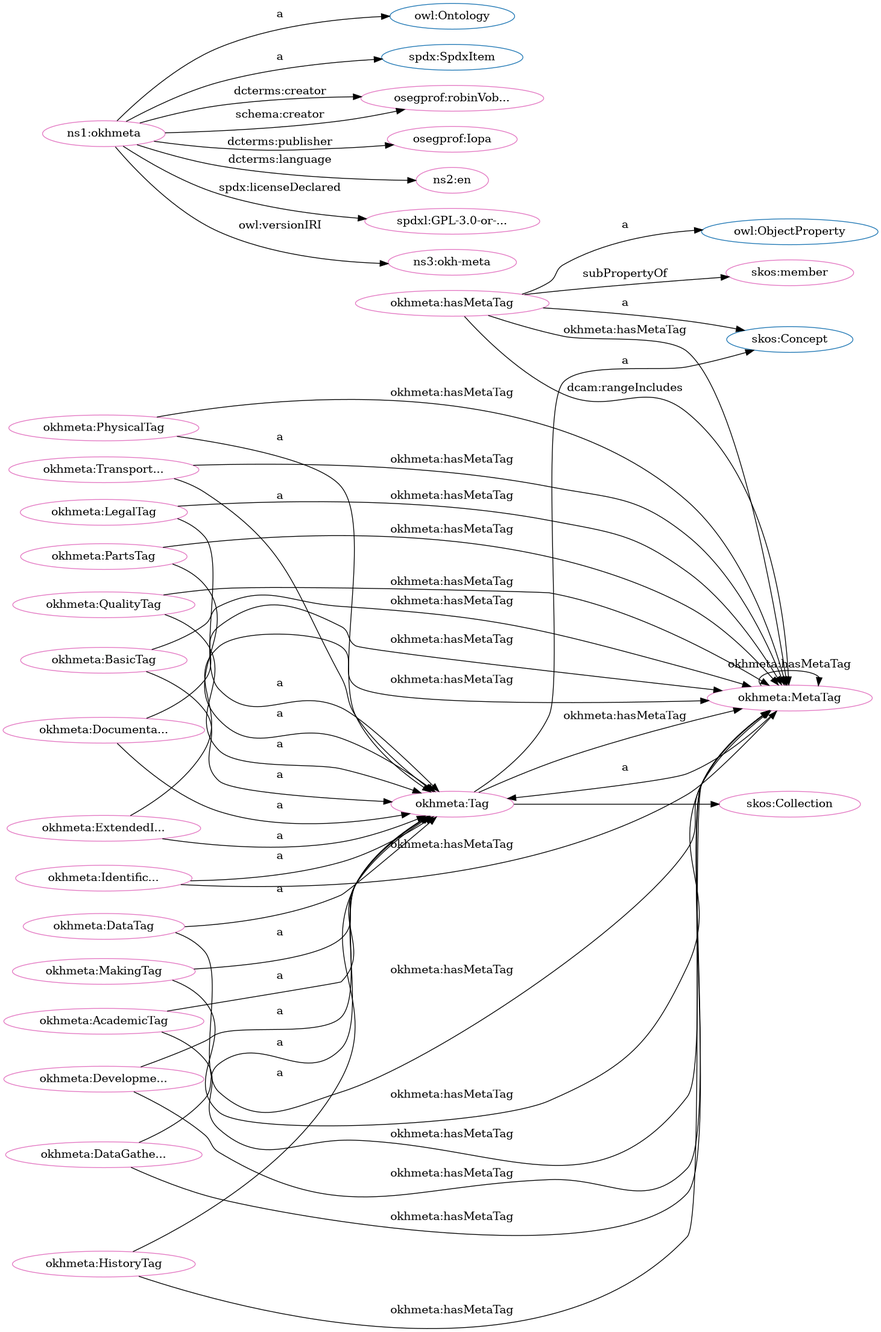
Earlier version of the Graphviz export src/spec/dot_okh-meta.png (iop-alliance/OpenKnowHow). Its source is kept beside it as src/spec/dot_okh-meta.dot.
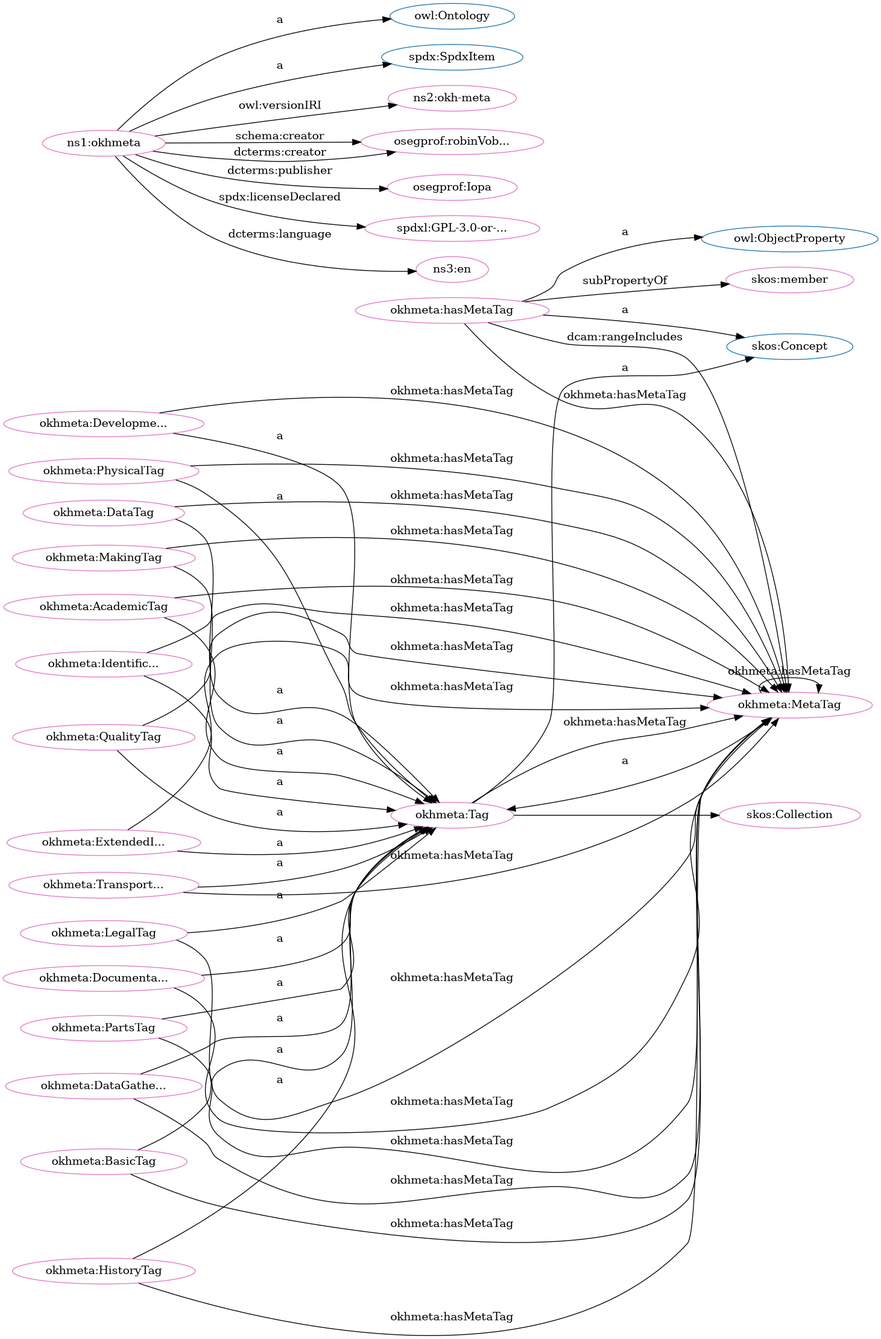
Later version of the same file.

The edit, as a diff of the source:
```diff
@@ -1,84 +1,84 @@
 digraph G {
   rankdir=BT
   node[height=.3]
+"http://w3id.org/oseg/ont/okhmeta#Tag" [fillcolor="#1f77b4" color="#1f77b4" label="okhmeta:Tag"]
+"http://www.w3.org/2002/07/owl#Ontology" [fillcolor="#1f77b4" color="#1f77b4" label="owl:Ontology"]
 "http://www.w3.org/2004/02/skos/core#Collection" [fillcolor="#1f77b4" color="#1f77b4" label="skos:Collection"]
+"http://www.w3.org/2004/02/skos/core#Concept" [fillcolor="#1f77b4" color="#1f77b4" label="skos:Concept"]
 "http://www.w3.org/2002/07/owl#ObjectProperty" [fillcolor="#1f77b4" color="#1f77b4" label="owl:ObjectProperty"]
-"http://www.w3.org/2002/07/owl#Ontology" [fillcolor="#1f77b4" color="#1f77b4" label="owl:Ontology"]
-"http://www.w3.org/2004/02/skos/core#Concept" [fillcolor="#1f77b4" color="#1f77b4" label="skos:Concept"]
-"http://w3id.org/oseg/ont/okhmeta#Tag" [fillcolor="#1f77b4" color="#1f77b4" label="okhmeta:Tag"]
 "http://spdx.org/rdf/terms#SpdxItem" [fillcolor="#1f77b4" color="#1f77b4" label="spdx:SpdxItem"]
 "http://w3id.org/oseg/ont/okhmeta#MetaTag" [fillcolor="#e377c2" color="#e377c2" label="okhmeta:MetaTag"]
+"http://w3id.org/oseg/ont/okhmeta" [fillcolor="#e377c2" color="#e377c2" label="ns1:okhmeta"]
+"http://w3id.org/oseg/ont/okhmeta#AcademicTag" [fillcolor="#e377c2" color="#e377c2" label="okhmeta:AcademicTag"]
+"http://w3id.org/oseg/ont/okhmeta#DataGatheringTag" [fillcolor="#e377c2" color="#e377c2" label="okhmeta:DataGathe..."]
+"http://w3id.org/oseg/ont/okhmeta#DevelopmentTag" [fillcolor="#e377c2" color="#e377c2" label="okhmeta:Developme..."]
+"http://www.w3.org/2004/02/skos/core#member" [fillcolor="#e377c2" color="#e377c2" label="skos:member"]
+"http://w3id.org/oseg/ont/okhmeta#LegalTag" [fillcolor="#e377c2" color="#e377c2" label="okhmeta:LegalTag"]
+"http://w3id.org/oseg/ont/okhmeta#PartsTag" [fillcolor="#e377c2" color="#e377c2" label="okhmeta:PartsTag"]
+"http://w3id.org/oseg/ont/okhmeta#PhysicalTag" [fillcolor="#e377c2" color="#e377c2" label="okhmeta:PhysicalTag"]
+"http://w3id.org/oseg/ont/1.1.0/okh-meta" [fillcolor="#e377c2" color="#e377c2" label="ns2:okh-meta"]
+"http://w3id.org/oseg/ont/oseg-profiles#robinVobruba" [fillcolor="#e377c2" color="#e377c2" label="osegprof:robinVob..."]
+"http://w3id.org/oseg/ont/oseg-profiles#Iopa" [fillcolor="#e377c2" color="#e377c2" label="osegprof:Iopa"]
+"http://w3id.org/oseg/ont/okhmeta#DataTag" [fillcolor="#e377c2" color="#e377c2" label="okhmeta:DataTag"]
+"http://w3id.org/oseg/ont/okhmeta#TransportationTag" [fillcolor="#e377c2" color="#e377c2" label="okhmeta:Transport..."]
+"http://w3id.org/oseg/ont/okhmeta#HistoryTag" [fillcolor="#e377c2" color="#e377c2" label="okhmeta:HistoryTag"]
+"http://www.w3.org/2004/02/skos/core#Collection" [fillcolor="#e377c2" color="#e377c2" label="skos:Collection"]
 "http://w3id.org/oseg/ont/okhmeta#QualityTag" [fillcolor="#e377c2" color="#e377c2" label="okhmeta:QualityTag"]
+"http://spdx.org/licenses/GPL-3.0-or-later" [fillcolor="#e377c2" color="#e377c2" label="spdxl:GPL-3.0-or-..."]
+"http://w3id.org/oseg/ont/okhmeta#BasicTag" [fillcolor="#e377c2" color="#e377c2" label="okhmeta:BasicTag"]
+"http://w3id.org/oseg/ont/okhmeta#ExtendedInfoTag" [fillcolor="#e377c2" color="#e377c2" label="okhmeta:ExtendedI..."]
+"http://w3id.org/oseg/ont/okhmeta#DocumentationTag" [fillcolor="#e377c2" color="#e377c2" label="okhmeta:Documenta..."]
+"http://w3id.org/oseg/ont/okhmeta#IdentificationTag" [fillcolor="#e377c2" color="#e377c2" label="okhmeta:Identific..."]
+"http://id.loc.gov/vocabulary/iso639-1/en" [fillcolor="#e377c2" color="#e377c2" label="ns3:en"]
+"http://w3id.org/oseg/ont/okhmeta#MakingTag" [fillcolor="#e377c2" color="#e377c2" label="okhmeta:MakingTag"]
 "http://w3id.org/oseg/ont/okhmeta#hasMetaTag" [fillcolor="#e377c2" color="#e377c2" label="okhmeta:hasMetaTag"]
-"http://w3id.org/oseg/ont/okhmeta#DevelopmentTag" [fillcolor="#e377c2" color="#e377c2" label="okhmeta:Developme..."]
-"http://w3id.org/oseg/ont/oseg-profiles#robinVobruba" [fillcolor="#e377c2" color="#e377c2" label="osegprof:robinVob..."]
-"http://w3id.org/oseg/ont/okhmeta#PhysicalTag" [fillcolor="#e377c2" color="#e377c2" label="okhmeta:PhysicalTag"]
-"http://w3id.org/oseg/ont/okhmeta" [fillcolor="#e377c2" color="#e377c2" label="ns1:okhmeta"]
-"http://w3id.org/oseg/ont/okhmeta#DataTag" [fillcolor="#e377c2" color="#e377c2" label="okhmeta:DataTag"]
-"http://w3id.org/oseg/ont/okhmeta#AcademicTag" [fillcolor="#e377c2" color="#e377c2" label="okhmeta:AcademicTag"]
-"http://w3id.org/oseg/ont/okhmeta#TransportationTag" [fillcolor="#e377c2" color="#e377c2" label="okhmeta:Transport..."]
-"http://w3id.org/oseg/ont/okhmeta#LegalTag" [fillcolor="#e377c2" color="#e377c2" label="okhmeta:LegalTag"]
-"http://w3id.org/oseg/ont/okhmeta#IdentificationTag" [fillcolor="#e377c2" color="#e377c2" label="okhmeta:Identific..."]
-"http://w3id.org/oseg/ont/okhmeta#HistoryTag" [fillcolor="#e377c2" color="#e377c2" label="okhmeta:HistoryTag"]
-"http://w3id.org/oseg/ont/oseg-profiles#Iopa" [fillcolor="#e377c2" color="#e377c2" label="osegprof:Iopa"]
-"http://id.loc.gov/vocabulary/iso639-1/en" [fillcolor="#e377c2" color="#e377c2" label="ns2:en"]
-"http://www.w3.org/2004/02/skos/core#Collection" [fillcolor="#e377c2" color="#e377c2" label="skos:Collection"]
-"http://w3id.org/oseg/ont/okhmeta#DocumentationTag" [fillcolor="#e377c2" color="#e377c2" label="okhmeta:Documenta..."]
-"http://w3id.org/oseg/ont/okhmeta#DataGatheringTag" [fillcolor="#e377c2" color="#e377c2" label="okhmeta:DataGathe..."]
-"http://w3id.org/oseg/ont/okhmeta#ExtendedInfoTag" [fillcolor="#e377c2" color="#e377c2" label="okhmeta:ExtendedI..."]
-"http://spdx.org/licenses/GPL-3.0-or-later" [fillcolor="#e377c2" color="#e377c2" label="spdxl:GPL-3.0-or-..."]
 "http://w3id.org/oseg/ont/okhmeta#Tag" [fillcolor="#e377c2" color="#e377c2" label="okhmeta:Tag"]
-"http://w3id.org/oseg/ont/1.1.0/okh-meta" [fillcolor="#e377c2" color="#e377c2" label="ns3:okh-meta"]
-"http://www.w3.org/2004/02/skos/core#member" [fillcolor="#e377c2" color="#e377c2" label="skos:member"]
-"http://w3id.org/oseg/ont/okhmeta#MakingTag" [fillcolor="#e377c2" color="#e377c2" label="okhmeta:MakingTag"]
-"http://w3id.org/oseg/ont/okhmeta#BasicTag" [fillcolor="#e377c2" color="#e377c2" label="okhmeta:BasicTag"]
-"http://w3id.org/oseg/ont/okhmeta#PartsTag" [fillcolor="#e377c2" color="#e377c2" label="okhmeta:PartsTag"]
+  "http://w3id.org/oseg/ont/okhmeta#hasMetaTag" -> "http://w3id.org/oseg/ont/okhmeta#MetaTag" [label="dcam:rangeIncludes"]
+  "http://w3id.org/oseg/ont/okhmeta#DevelopmentTag" -> "http://w3id.org/oseg/ont/okhmeta#Tag" [label="a"]
+  "http://w3id.org/oseg/ont/okhmeta#PartsTag" -> "http://w3id.org/oseg/ont/okhmeta#Tag" [label="a"]
+  "http://w3id.org/oseg/ont/okhmeta#QualityTag" -> "http://w3id.org/oseg/ont/okhmeta#MetaTag" [label="okhmeta:hasMetaTag"]
+  "http://w3id.org/oseg/ont/okhmeta#MetaTag" -> "http://w3id.org/oseg/ont/okhmeta#MetaTag" [label="okhmeta:hasMetaTag"]
+  "http://w3id.org/oseg/ont/okhmeta#ExtendedInfoTag" -> "http://w3id.org/oseg/ont/okhmeta#MetaTag" [label="okhmeta:hasMetaTag"]
+  "http://w3id.org/oseg/ont/okhmeta" -> "http://w3id.org/oseg/ont/oseg-profiles#Iopa" [label="dcterms:publisher"]
+  "http://w3id.org/oseg/ont/okhmeta#Tag" -> "http://www.w3.org/2004/02/skos/core#Collection" [label=""]
+  "http://w3id.org/oseg/ont/okhmeta#QualityTag" -> "http://w3id.org/oseg/ont/okhmeta#Tag" [label="a"]
+  "http://w3id.org/oseg/ont/okhmeta#MetaTag" -> "http://w3id.org/oseg/ont/okhmeta#Tag" [label="a"]
+  "http://w3id.org/oseg/ont/okhmeta#IdentificationTag" -> "http://w3id.org/oseg/ont/okhmeta#MetaTag" [label="okhmeta:hasMetaTag"]
+  "http://w3id.org/oseg/ont/okhmeta#ExtendedInfoTag" -> "http://w3id.org/oseg/ont/okhmeta#Tag" [label="a"]
+  "http://w3id.org/oseg/ont/okhmeta#IdentificationTag" -> "http://w3id.org/oseg/ont/okhmeta#Tag" [label="a"]
+  "http://w3id.org/oseg/ont/okhmeta#DataTag" -> "http://w3id.org/oseg/ont/okhmeta#MetaTag" [label="okhmeta:hasMetaTag"]
+  "http://w3id.org/oseg/ont/okhmeta" -> "http://spdx.org/rdf/terms#SpdxItem" [label="a"]
+  "http://w3id.org/oseg/ont/okhmeta#TransportationTag" -> "http://w3id.org/oseg/ont/okhmeta#MetaTag" [label="okhmeta:hasMetaTag"]
+  "http://w3id.org/oseg/ont/okhmeta#hasMetaTag" -> "http://w3id.org/oseg/ont/okhmeta#MetaTag" [label="okhmeta:hasMetaTag"]
+  "http://w3id.org/oseg/ont/okhmeta#hasMetaTag" -> "http://www.w3.org/2002/07/owl#ObjectProperty" [label="a"]
+  "http://w3id.org/oseg/ont/okhmeta#DataGatheringTag" -> "http://w3id.org/oseg/ont/okhmeta#MetaTag" [label="okhmeta:hasMetaTag"]
+  "http://w3id.org/oseg/ont/okhmeta#AcademicTag" -> "http://w3id.org/oseg/ont/okhmeta#MetaTag" [label="okhmeta:hasMetaTag"]
+  "http://w3id.org/oseg/ont/okhmeta#Tag" -> "http://www.w3.org/2004/02/skos/core#Concept" [label="a"]
+  "http://w3id.org/oseg/ont/okhmeta#LegalTag" -> "http://w3id.org/oseg/ont/okhmeta#MetaTag" [label="okhmeta:hasMetaTag"]
   "http://w3id.org/oseg/ont/okhmeta#PhysicalTag" -> "http://w3id.org/oseg/ont/okhmeta#MetaTag" [label="okhmeta:hasMetaTag"]
-  "http://w3id.org/oseg/ont/okhmeta#AcademicTag" -> "http://w3id.org/oseg/ont/okhmeta#MetaTag" [label="okhmeta:hasMetaTag"]
-  "http://w3id.org/oseg/ont/okhmeta#hasMetaTag" -> "http://www.w3.org/2002/07/owl#ObjectProperty" [label="a"]
-  "http://w3id.org/oseg/ont/okhmeta#HistoryTag" -> "http://w3id.org/oseg/ont/okhmeta#MetaTag" [label="okhmeta:hasMetaTag"]
-  "http://w3id.org/oseg/ont/okhmeta#Tag" -> "http://w3id.org/oseg/ont/okhmeta#MetaTag" [label="okhmeta:hasMetaTag"]
-  "http://w3id.org/oseg/ont/okhmeta#DataGatheringTag" -> "http://w3id.org/oseg/ont/okhmeta#MetaTag" [label="okhmeta:hasMetaTag"]
-  "http://w3id.org/oseg/ont/okhmeta#ExtendedInfoTag" -> "http://w3id.org/oseg/ont/okhmeta#MetaTag" [label="okhmeta:hasMetaTag"]
   "http://w3id.org/oseg/ont/okhmeta" -> "http://www.w3.org/2002/07/owl#Ontology" [label="a"]
+  "http://w3id.org/oseg/ont/okhmeta#AcademicTag" -> "http://w3id.org/oseg/ont/okhmeta#Tag" [label="a"]
+  "http://w3id.org/oseg/ont/okhmeta#DataGatheringTag" -> "http://w3id.org/oseg/ont/okhmeta#Tag" [label="a"]
+  "http://w3id.org/oseg/ont/okhmeta#hasMetaTag" -> "http://www.w3.org/2004/02/skos/core#member" [label="subPropertyOf"]
+  "http://w3id.org/oseg/ont/okhmeta#LegalTag" -> "http://w3id.org/oseg/ont/okhmeta#Tag" [label="a"]
+  "http://w3id.org/oseg/ont/okhmeta#PhysicalTag" -> "http://w3id.org/oseg/ont/okhmeta#Tag" [label="a"]
+  "http://w3id.org/oseg/ont/okhmeta" -> "http://w3id.org/oseg/ont/1.1.0/okh-meta" [label="owl:versionIRI"]
+  "http://w3id.org/oseg/ont/okhmeta" -> "http://w3id.org/oseg/ont/oseg-profiles#robinVobruba" [label="schema:creator"]
+  "http://w3id.org/oseg/ont/okhmeta#BasicTag" -> "http://w3id.org/oseg/ont/okhmeta#MetaTag" [label="okhmeta:hasMetaTag"]
+  "http://w3id.org/oseg/ont/okhmeta#DevelopmentTag" -> "http://w3id.org/oseg/ont/okhmeta#MetaTag" [label="okhmeta:hasMetaTag"]
   "http://w3id.org/oseg/ont/okhmeta#DataTag" -> "http://w3id.org/oseg/ont/okhmeta#Tag" [label="a"]
   "http://w3id.org/oseg/ont/okhmeta#TransportationTag" -> "http://w3id.org/oseg/ont/okhmeta#Tag" [label="a"]
-  "http://w3id.org/oseg/ont/okhmeta#LegalTag" -> "http://w3id.org/oseg/ont/okhmeta#Tag" [label="a"]
-  "http://w3id.org/oseg/ont/okhmeta#IdentificationTag" -> "http://w3id.org/oseg/ont/okhmeta#Tag" [label="a"]
+  "http://w3id.org/oseg/ont/okhmeta#HistoryTag" -> "http://w3id.org/oseg/ont/okhmeta#Tag" [label="a"]
+  "http://w3id.org/oseg/ont/okhmeta#DocumentationTag" -> "http://w3id.org/oseg/ont/okhmeta#MetaTag" [label="okhmeta:hasMetaTag"]
+  "http://w3id.org/oseg/ont/okhmeta" -> "http://spdx.org/licenses/GPL-3.0-or-later" [label="spdx:licenseDeclared"]
+  "http://w3id.org/oseg/ont/okhmeta#BasicTag" -> "http://w3id.org/oseg/ont/okhmeta#Tag" [label="a"]
+  "http://w3id.org/oseg/ont/okhmeta#MakingTag" -> "http://w3id.org/oseg/ont/okhmeta#MetaTag" [label="okhmeta:hasMetaTag"]
+  "http://w3id.org/oseg/ont/okhmeta#DocumentationTag" -> "http://w3id.org/oseg/ont/okhmeta#Tag" [label="a"]
+  "http://w3id.org/oseg/ont/okhmeta#HistoryTag" -> "http://w3id.org/oseg/ont/okhmeta#MetaTag" [label="okhmeta:hasMetaTag"]
+  "http://w3id.org/oseg/ont/okhmeta" -> "http://id.loc.gov/vocabulary/iso639-1/en" [label="dcterms:language"]
+  "http://w3id.org/oseg/ont/okhmeta#MakingTag" -> "http://w3id.org/oseg/ont/okhmeta#Tag" [label="a"]
+  "http://w3id.org/oseg/ont/okhmeta#Tag" -> "http://w3id.org/oseg/ont/okhmeta#MetaTag" [label="okhmeta:hasMetaTag"]
   "http://w3id.org/oseg/ont/okhmeta" -> "http://w3id.org/oseg/ont/oseg-profiles#robinVobruba" [label="dcterms:creator"]
-  "http://w3id.org/oseg/ont/okhmeta#DocumentationTag" -> "http://w3id.org/oseg/ont/okhmeta#Tag" [label="a"]
-  "http://w3id.org/oseg/ont/okhmeta#MetaTag" -> "http://w3id.org/oseg/ont/okhmeta#Tag" [label="a"]
-  "http://w3id.org/oseg/ont/okhmeta#Tag" -> "http://www.w3.org/2004/02/skos/core#Concept" [label="a"]
-  "http://w3id.org/oseg/ont/okhmeta#IdentificationTag" -> "http://w3id.org/oseg/ont/okhmeta#MetaTag" [label="okhmeta:hasMetaTag"]
-  "http://w3id.org/oseg/ont/okhmeta#MakingTag" -> "http://w3id.org/oseg/ont/okhmeta#MetaTag" [label="okhmeta:hasMetaTag"]
-  "http://w3id.org/oseg/ont/okhmeta#DocumentationTag" -> "http://w3id.org/oseg/ont/okhmeta#MetaTag" [label="okhmeta:hasMetaTag"]
-  "http://w3id.org/oseg/ont/okhmeta" -> "http://w3id.org/oseg/ont/1.1.0/okh-meta" [label="owl:versionIRI"]
-  "http://w3id.org/oseg/ont/okhmeta#hasMetaTag" -> "http://www.w3.org/2004/02/skos/core#member" [label="subPropertyOf"]
-  "http://w3id.org/oseg/ont/okhmeta#BasicTag" -> "http://w3id.org/oseg/ont/okhmeta#Tag" [label="a"]
-  "http://w3id.org/oseg/ont/okhmeta#PartsTag" -> "http://w3id.org/oseg/ont/okhmeta#Tag" [label="a"]
-  "http://w3id.org/oseg/ont/okhmeta#QualityTag" -> "http://w3id.org/oseg/ont/okhmeta#Tag" [label="a"]
-  "http://w3id.org/oseg/ont/okhmeta#DataTag" -> "http://w3id.org/oseg/ont/okhmeta#MetaTag" [label="okhmeta:hasMetaTag"]
-  "http://w3id.org/oseg/ont/okhmeta#TransportationTag" -> "http://w3id.org/oseg/ont/okhmeta#MetaTag" [label="okhmeta:hasMetaTag"]
-  "http://w3id.org/oseg/ont/okhmeta#LegalTag" -> "http://w3id.org/oseg/ont/okhmeta#MetaTag" [label="okhmeta:hasMetaTag"]
-  "http://w3id.org/oseg/ont/okhmeta#DevelopmentTag" -> "http://w3id.org/oseg/ont/okhmeta#Tag" [label="a"]
-  "http://w3id.org/oseg/ont/okhmeta" -> "http://w3id.org/oseg/ont/oseg-profiles#robinVobruba" [label="schema:creator"]
-  "http://w3id.org/oseg/ont/okhmeta#PhysicalTag" -> "http://w3id.org/oseg/ont/okhmeta#Tag" [label="a"]
-  "http://w3id.org/oseg/ont/okhmeta#AcademicTag" -> "http://w3id.org/oseg/ont/okhmeta#Tag" [label="a"]
-  "http://w3id.org/oseg/ont/okhmeta#hasMetaTag" -> "http://w3id.org/oseg/ont/okhmeta#MetaTag" [label="okhmeta:hasMetaTag"]
-  "http://w3id.org/oseg/ont/okhmeta" -> "http://spdx.org/rdf/terms#SpdxItem" [label="a"]
-  "http://w3id.org/oseg/ont/okhmeta#HistoryTag" -> "http://w3id.org/oseg/ont/okhmeta#Tag" [label="a"]
-  "http://w3id.org/oseg/ont/okhmeta#DevelopmentTag" -> "http://w3id.org/oseg/ont/okhmeta#MetaTag" [label="okhmeta:hasMetaTag"]
-  "http://w3id.org/oseg/ont/okhmeta" -> "http://w3id.org/oseg/ont/oseg-profiles#Iopa" [label="dcterms:publisher"]
-  "http://w3id.org/oseg/ont/okhmeta" -> "http://id.loc.gov/vocabulary/iso639-1/en" [label="dcterms:language"]
-  "http://w3id.org/oseg/ont/okhmeta#Tag" -> "http://www.w3.org/2004/02/skos/core#Collection" [label=""]
-  "http://w3id.org/oseg/ont/okhmeta#DataGatheringTag" -> "http://w3id.org/oseg/ont/okhmeta#Tag" [label="a"]
-  "http://w3id.org/oseg/ont/okhmeta#ExtendedInfoTag" -> "http://w3id.org/oseg/ont/okhmeta#Tag" [label="a"]
-  "http://w3id.org/oseg/ont/okhmeta#hasMetaTag" -> "http://w3id.org/oseg/ont/okhmeta#MetaTag" [label="dcam:rangeIncludes"]
-  "http://w3id.org/oseg/ont/okhmeta" -> "http://spdx.org/licenses/GPL-3.0-or-later" [label="spdx:licenseDeclared"]
-  "http://w3id.org/oseg/ont/okhmeta#BasicTag" -> "http://w3id.org/oseg/ont/okhmeta#MetaTag" [label="okhmeta:hasMetaTag"]
+  "http://w3id.org/oseg/ont/okhmeta#hasMetaTag" -> "http://www.w3.org/2004/02/skos/core#Concept" [label="a"]
   "http://w3id.org/oseg/ont/okhmeta#PartsTag" -> "http://w3id.org/oseg/ont/okhmeta#MetaTag" [label="okhmeta:hasMetaTag"]
-  "http://w3id.org/oseg/ont/okhmeta#hasMetaTag" -> "http://www.w3.org/2004/02/skos/core#Concept" [label="a"]
-  "http://w3id.org/oseg/ont/okhmeta#QualityTag" -> "http://w3id.org/oseg/ont/okhmeta#MetaTag" [label="okhmeta:hasMetaTag"]
-  "http://w3id.org/oseg/ont/okhmeta#MakingTag" -> "http://w3id.org/oseg/ont/okhmeta#Tag" [label="a"]
-  "http://w3id.org/oseg/ont/okhmeta#MetaTag" -> "http://w3id.org/oseg/ont/okhmeta#MetaTag" [label="okhmeta:hasMetaTag"]
 }
```
